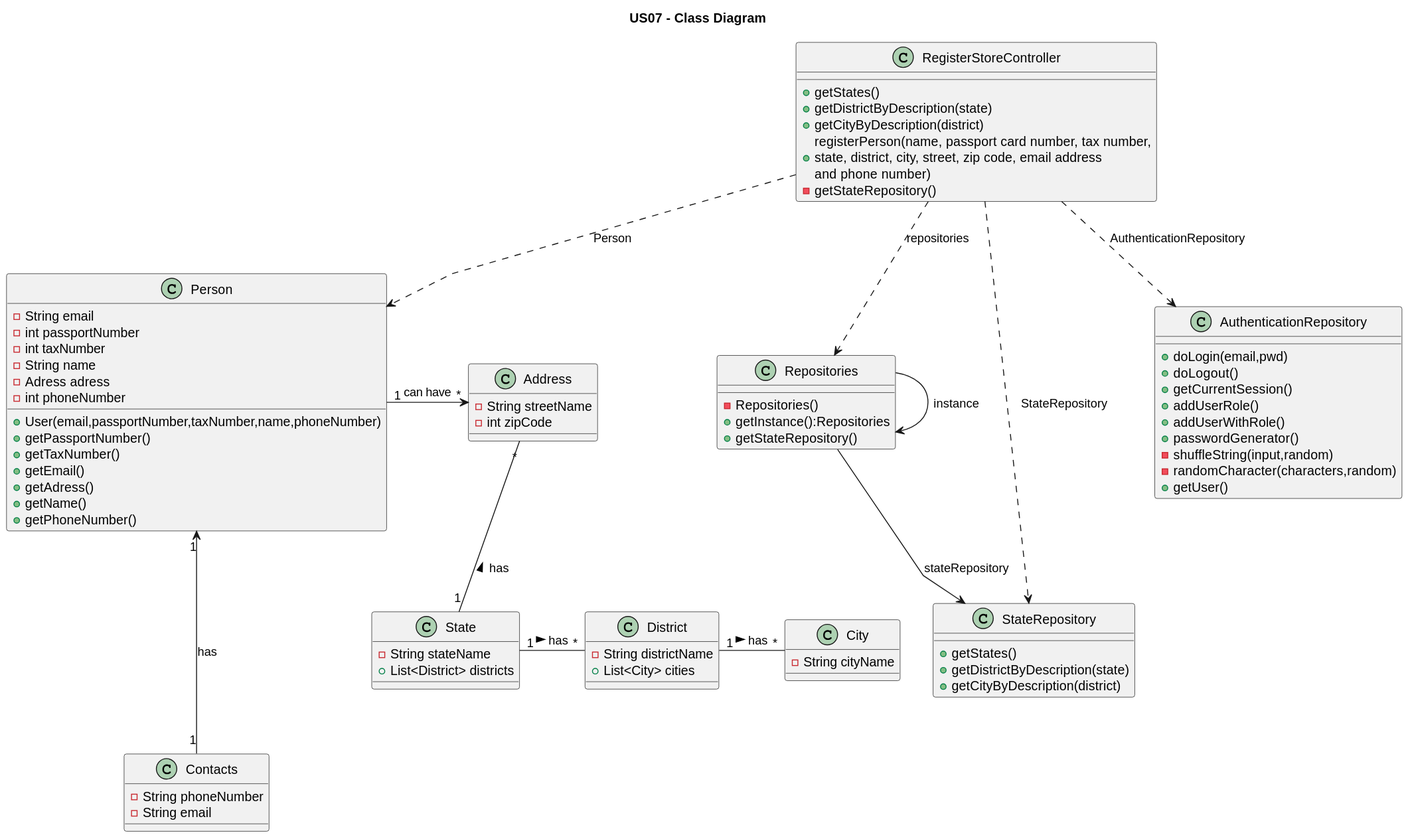
Before: docs/sprintB/US07/03.design/svg/us07-class-diagram.svg, a diagram exported from PlantUML (PureNimble/ISEP-LAPR2). The source it was exported from:
```plantuml
@startuml

skinparam packageStyle rectangle
skinparam shadowing false
skinparam linetype polyline

title US07 - Class Diagram

class State {
    - String stateName
    + List<District> districts
}

class District {
    - String districtName
    + List<City> cities
}

class City {
    - String cityName

}

class Contacts {
    -String phoneNumber
    -String email
}

class Address {
    - String streetName
    - int zipCode
}

class Repositories {
    -Repositories()
    +getInstance():Repositories
    +getStateRepository()
}

class StateRepository {
    +getStates()
    +getDistrictByDescription(state)
    +getCityByDescription(district)
}

class AuthenticationRepository{
    +doLogin(email,pwd)
    +doLogout()
    +getCurrentSession()
    +addUserRole()
    +addUserWithRole()
    +passwordGenerator()
    -shuffleString(input,random)
    -randomCharacter(characters,random)
+getUser()
}

class RegisterStoreController {
    + getStates()
    + getDistrictByDescription(state)
    + getCityByDescription(district)
    + registerPerson(name, passport card number, tax number,\nstate, district, city, street, zip code, email address\nand phone number)
    - getStateRepository()
}

class Person {
    - String email
    - int passportNumber
    - int taxNumber
    - String name
    - Adress adress
    - int phoneNumber

    +User(email,passportNumber,taxNumber,name,phoneNumber)
    +getPassportNumber()
    +getTaxNumber()
    +getEmail()
    +getAdress()
    +getName()
    +getPhoneNumber()
}

Repositories -> Repositories:instance
Repositories --> StateRepository: stateRepository
RegisterStoreController ..> Repositories : repositories
RegisterStoreController ..> StateRepository : StateRepository
RegisterStoreController ..> AuthenticationRepository : AuthenticationRepository
RegisterStoreController ..> Person : Person
Person "1" -right-> "*"  Address : can have
State "1" -up- "*" Address: has >
District "1" -right- "*" City : has >
State "1" -right- "*" District : has >
Contacts "1" -up--> "1" Person: has

@enduml
```
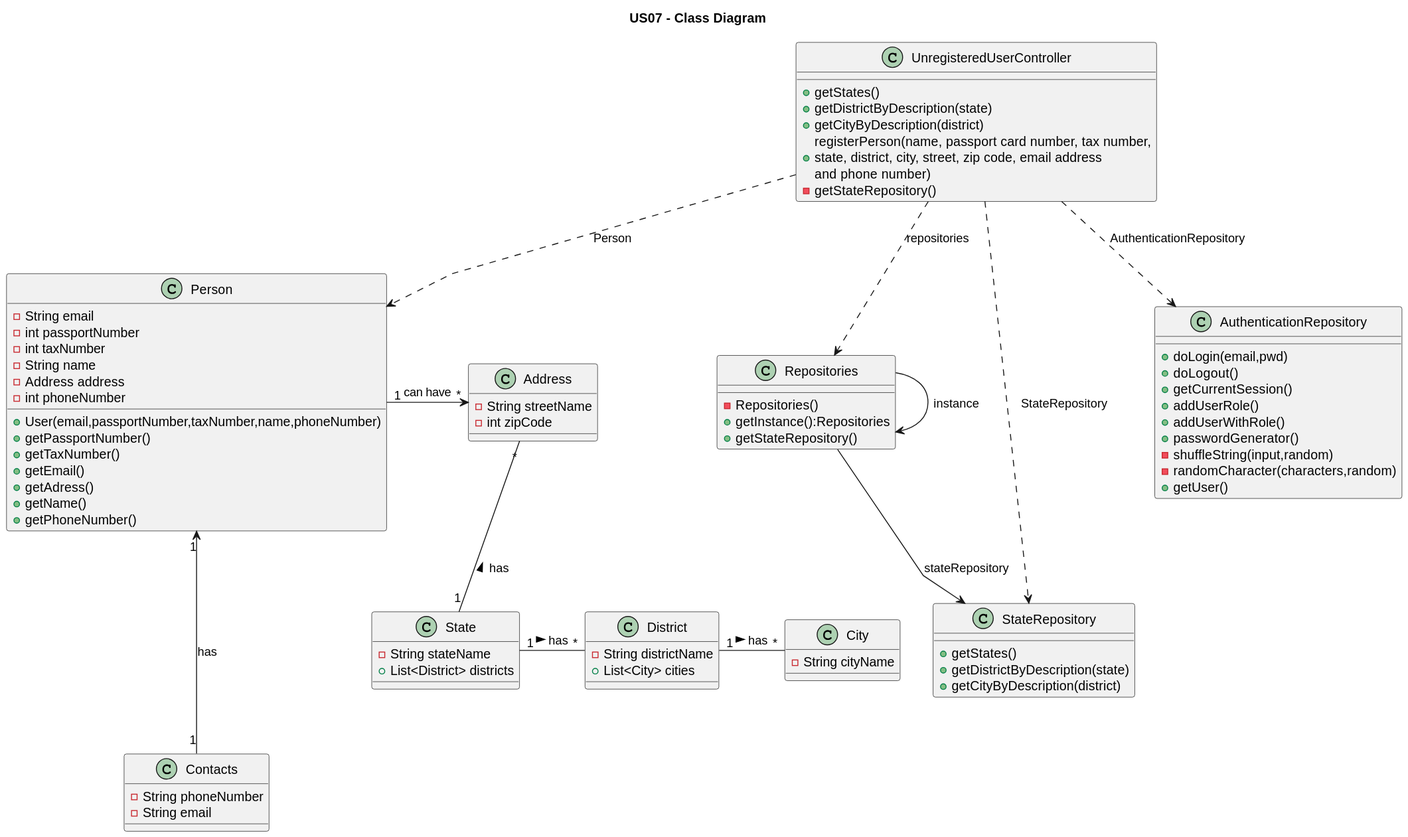
The same file after the commit.

What changed in the source:
```diff
@@ -55,7 +55,7 @@
 +getUser()
 }
 
-class RegisterStoreController {
+class UnregisteredUserController {
     + getStates()
     + getDistrictByDescription(state)
     + getCityByDescription(district)
@@ -68,7 +68,7 @@
     - int passportNumber
     - int taxNumber
     - String name
-    - Adress adress
+    - Address address
     - int phoneNumber
 
     +User(email,passportNumber,taxNumber,name,phoneNumber)
@@ -82,10 +82,10 @@
 
 Repositories -> Repositories:instance
 Repositories --> StateRepository: stateRepository
-RegisterStoreController ..> Repositories : repositories
-RegisterStoreController ..> StateRepository : StateRepository
-RegisterStoreController ..> AuthenticationRepository : AuthenticationRepository
-RegisterStoreController ..> Person : Person
+UnregisteredUserController ..> Repositories : repositories
+UnregisteredUserController ..> StateRepository : StateRepository
+UnregisteredUserController ..> AuthenticationRepository : AuthenticationRepository
+UnregisteredUserController ..> Person : Person
 Person "1" -right-> "*"  Address : can have
 State "1" -up- "*" Address: has >
 District "1" -right- "*" City : has >
```
